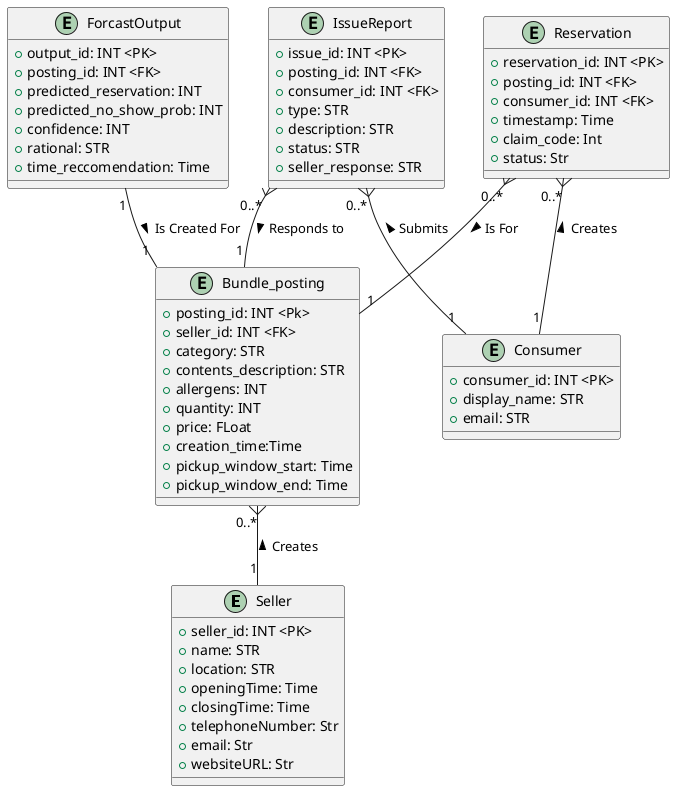
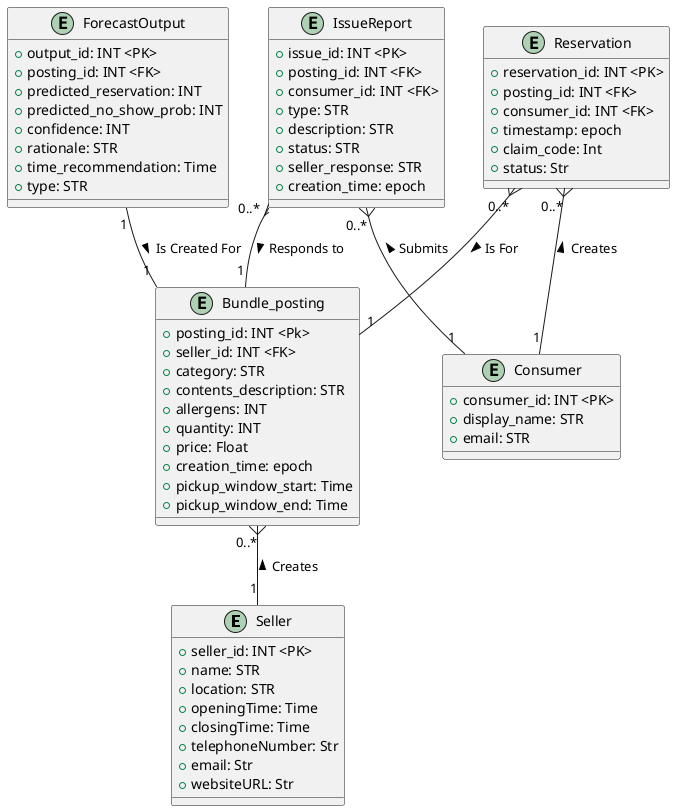
@startuml
entity Seller {
  +seller_id: INT <PK>
  +name: STR
  +location: STR
  +openingTime: Time
  +closingTime: Time
  +telephoneNumber: Str
  +email: Str
  +websiteURL: Str
}
entity Bundle_posting{
    +posting_id: INT <Pk>
    +seller_id: INT <FK>
    +category: STR
    +contents_description: STR
    +allergens: INT
    +quantity: INT
-     +price: FLoat
-     +creation_time:Time
+     +price: Float
+     +creation_time: epoch
    +pickup_window_start: Time
    +pickup_window_end: Time
}

entity Reservation{
    +reservation_id: INT <PK>
    +posting_id: INT <FK>
    +consumer_id: INT <FK>
-     +timestamp: Time
+     +timestamp: epoch
    +claim_code: Int
    +status: Str
}
entity Consumer{
        +consumer_id: INT <PK>
        +display_name: STR
        +email: STR
}
entity IssueReport{
    +issue_id: INT <PK>
    +posting_id: INT <FK>
    +consumer_id: INT <FK>
    +type: STR
    +description: STR
    +status: STR
    +seller_response: STR
- 
+     +creation_time: epoch
}

- entity ForcastOutput{
+ entity ForecastOutput{
    +output_id: INT <PK>
    +posting_id: INT <FK>
    +predicted_reservation: INT
    +predicted_no_show_prob: INT
    +confidence: INT
-     +rational: STR
-     +time_reccomendation: Time
- 
+     +rationale: STR
+     +time_recommendation: Time
+     +type: STR
}

Reservation "0..*" }-- "1" Consumer : Creates <
IssueReport "0..*" }-- "1" Consumer : Submits <
IssueReport "0..*" }-- "1" Bundle_posting : Responds to >
Reservation "0..*" }-- "1" Bundle_posting : Is For >
Bundle_posting "0..*" }-- "1" Seller : Creates <
- ForcastOutput "1" -- "1" Bundle_posting : Is Created For >
+ ForecastOutput "1" -- "1" Bundle_posting : Is Created For >


@enduml